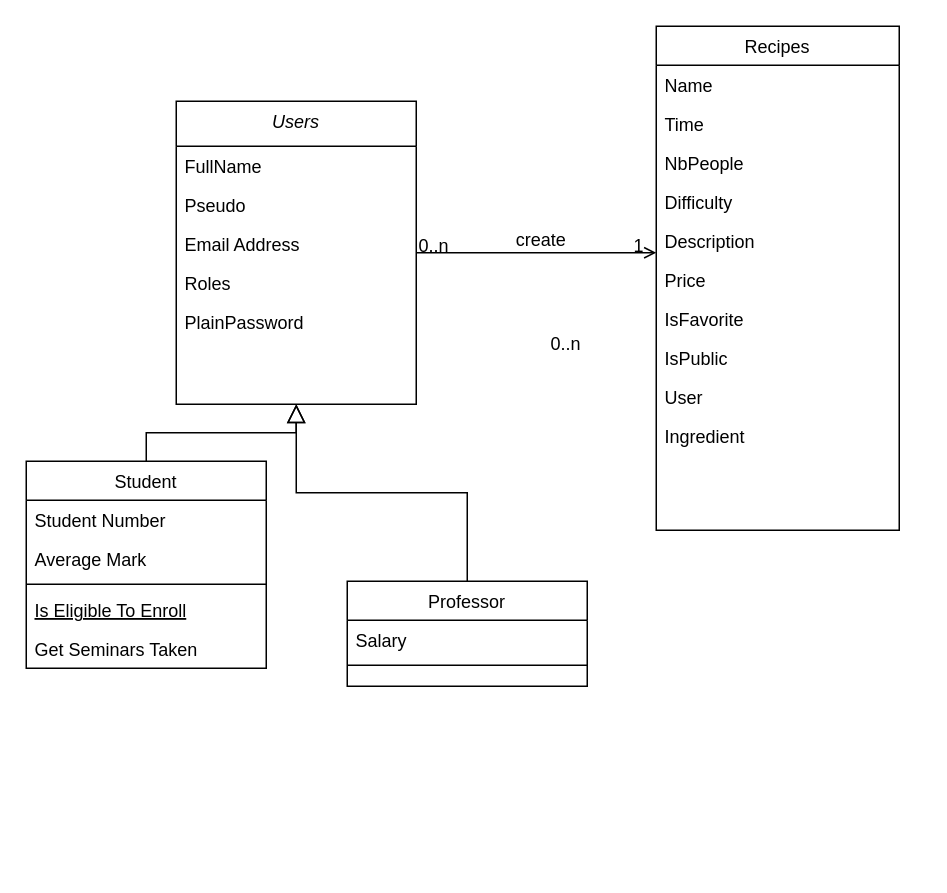
cyrisa02/Symfony-Bootstrap keeps this draw.io diagram as Untitled Diagram.drawio. Above is the earlier version. Source tidied: cells renumbered, new cells numbered last; positions are measured from the earlier drawing's top-left corner, leaving out a move shared by most shapes. Both pictures are drawn from the tidied source at 150%, with x=0, y=0 at pixel (26, 26).
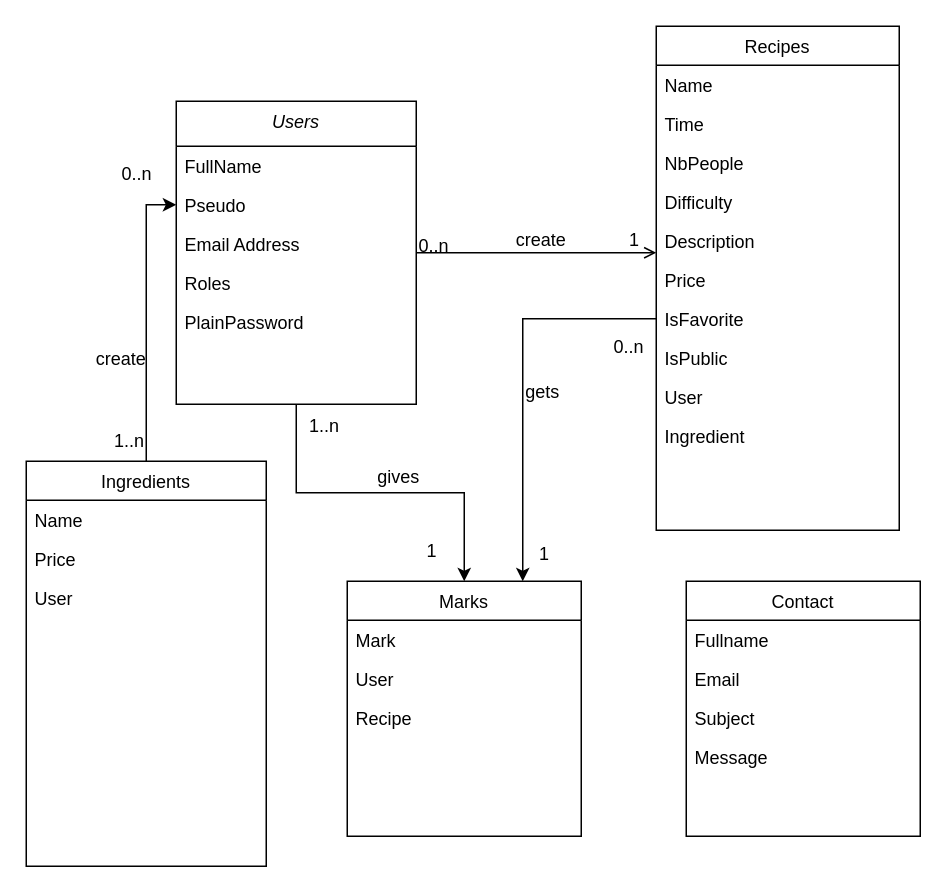
The same diagram, later.

Unchanged cells that the change refers to:
```xml
<mxCell id="2" value="Users" style="swimlane;fontStyle=2;align=center;verticalAlign=top;horizontal=1;startSize=30;rounded=0;shadow=0;strokeWidth=1;" parent="1" vertex="1">
  <mxGeometry x="100" y="50" width="160" height="202" as="geometry" />
</mxCell>
<mxCell id="4" value="Pseudo" style="text;align=left;verticalAlign=top;spacingLeft=4;spacingRight=4;overflow=hidden;points=[[0,0.5],[1,0.5]];portConstraint=eastwest;rounded=0;shadow=0;html=0;" parent="2" vertex="1">
  <mxGeometry y="56" width="160" height="26" as="geometry" />
</mxCell>
<mxCell id="26" value="IsFavorite" style="text;align=left;verticalAlign=top;spacingLeft=4;spacingRight=4;overflow=hidden;points=[[0,0.5],[1,0.5]];portConstraint=eastwest;rounded=0;shadow=0;html=0;" parent="19" vertex="1">
  <mxGeometry y="182" width="162" height="26" as="geometry" />
</mxCell>
<mxCell id="30" style="endArrow=open;shadow=0;strokeWidth=1;rounded=0;endFill=1;edgeStyle=elbowEdgeStyle;elbow=vertical;" parent="1" edge="1" source="2" target="19">
  <mxGeometry x="0.5" y="41" relative="1" as="geometry">
    <mxPoint x="-40" y="32" as="offset" />
  </mxGeometry>
</mxCell>
```

What changed in the source:
```diff
@@
+    <mxCell id="35" style="edgeStyle=orthogonalEdgeStyle;rounded=0;jettySize=auto;html=1;exitX=0.5;exitY=1;exitDx=0;exitDy=0;" parent="1" edge="1" source="2" target="15">
+      <mxGeometry relative="1" as="geometry" />
+    </mxCell>
@@
+    <mxCell id="36" style="edgeStyle=orthogonalEdgeStyle;rounded=0;jettySize=auto;html=1;exitX=0.5;exitY=0;exitDx=0;exitDy=0;entryX=0;entryY=0.5;entryDx=0;entryDy=0;" parent="1" edge="1" source="8" target="4">
+      <mxGeometry relative="1" as="geometry" />
+    </mxCell>
-    <mxCell id="8" value="Student" style="swimlane;fontStyle=0;align=center;verticalAlign=top;horizontal=1;startSize=26;rounded=0;shadow=0;strokeWidth=1;" parent="1" vertex="1">
-      <mxGeometry y="290" width="160" height="138" as="geometry" />
+    <mxCell id="8" value="Ingredients" style="swimlane;fontStyle=0;align=center;verticalAlign=top;horizontal=1;startSize=26;rounded=0;shadow=0;strokeWidth=1;" parent="1" vertex="1">
+      <mxGeometry y="290" width="160" height="270" as="geometry" />
     </mxCell>
-    <mxCell id="9" value="Student Number" style="text;align=left;verticalAlign=top;spacingLeft=4;spacingRight=4;overflow=hidden;" parent="8" vertex="1">
+    <mxCell id="9" value="Name" style="text;align=left;verticalAlign=top;spacingLeft=4;spacingRight=4;overflow=hidden;" parent="8" vertex="1">
       <mxGeometry y="26" width="160" height="26" as="geometry" />
     </mxCell>
-    <mxCell id="10" value="Average Mark" style="text;align=left;verticalAlign=top;spacingLeft=4;spacingRight=4;overflow=hidden;rounded=0;shadow=0;html=0;" parent="8" vertex="1">
+    <mxCell id="10" value="Price" style="text;align=left;verticalAlign=top;spacingLeft=4;spacingRight=4;overflow=hidden;rounded=0;shadow=0;html=0;" parent="8" vertex="1">
       <mxGeometry y="52" width="160" height="26" as="geometry" />
     </mxCell>
-    <mxCell id="11" style="line;html=1;strokeWidth=1;align=left;verticalAlign=middle;spacingTop=-1;spacingLeft=3;spacingRight=3;labelPosition=right;" parent="8" vertex="1">
-      <mxGeometry y="78" width="160" height="8" as="geometry" />
-    </mxCell>
-    <mxCell id="12" value="Is Eligible To Enroll" style="text;align=left;verticalAlign=top;spacingLeft=4;spacingRight=4;overflow=hidden;fontStyle=4;" parent="8" vertex="1">
-      <mxGeometry y="86" width="160" height="26" as="geometry" />
-    </mxCell>
-    <mxCell id="13" value="Get Seminars Taken" style="text;align=left;verticalAlign=top;spacingLeft=4;spacingRight=4;overflow=hidden;" parent="8" vertex="1">
-      <mxGeometry y="112" width="160" height="26" as="geometry" />
-    </mxCell>
-    <mxCell id="14" style="endArrow=block;endSize=10;endFill=0;shadow=0;strokeWidth=1;rounded=0;edgeStyle=elbowEdgeStyle;elbow=vertical;" parent="1" edge="1" source="8" target="2">
-      <mxGeometry relative="1" as="geometry" />
-    </mxCell>
+    <mxCell id="37" value="User" style="text;align=left;verticalAlign=top;spacingLeft=4;spacingRight=4;overflow=hidden;rounded=0;shadow=0;html=0;" parent="8" vertex="1">
+      <mxGeometry y="78" width="160" height="26" as="geometry" />
+    </mxCell>
-    <mxCell id="15" value="Professor" style="swimlane;fontStyle=0;align=center;verticalAlign=top;horizontal=1;startSize=26;rounded=0;shadow=0;strokeWidth=1;" parent="1" vertex="1">
-      <mxGeometry x="214" y="370" width="160" height="70" as="geometry" />
+    <mxCell id="15" value="Marks" style="swimlane;fontStyle=0;align=center;verticalAlign=top;horizontal=1;startSize=26;rounded=0;shadow=0;strokeWidth=1;" parent="1" vertex="1">
+      <mxGeometry x="214" y="370" width="156" height="170" as="geometry" />
     </mxCell>
-    <mxCell id="16" value="Salary" style="text;align=left;verticalAlign=top;spacingLeft=4;spacingRight=4;overflow=hidden;" parent="15" vertex="1">
-      <mxGeometry y="26" width="160" height="26" as="geometry" />
+    <mxCell id="16" value="Mark" style="text;align=left;verticalAlign=top;spacingLeft=4;spacingRight=4;overflow=hidden;" parent="15" vertex="1">
+      <mxGeometry y="26" width="156" height="26" as="geometry" />
     </mxCell>
-    <mxCell id="17" style="line;html=1;strokeWidth=1;align=left;verticalAlign=middle;spacingTop=-1;spacingLeft=3;spacingRight=3;labelPosition=right;" parent="15" vertex="1">
-      <mxGeometry y="52" width="160" height="8" as="geometry" />
-    </mxCell>
-    <mxCell id="18" style="endArrow=block;endSize=10;endFill=0;shadow=0;strokeWidth=1;rounded=0;edgeStyle=elbowEdgeStyle;elbow=vertical;" parent="1" edge="1" source="15" target="2">
-      <mxGeometry relative="1" as="geometry" />
-    </mxCell>
+    <mxCell id="38" value="User" style="text;align=left;verticalAlign=top;spacingLeft=4;spacingRight=4;overflow=hidden;" parent="15" vertex="1">
+      <mxGeometry y="52" width="156" height="26" as="geometry" />
+    </mxCell>
+    <mxCell id="39" value="Recipe" style="text;align=left;verticalAlign=top;spacingLeft=4;spacingRight=4;overflow=hidden;" parent="15" vertex="1">
+      <mxGeometry y="78" width="156" height="26" as="geometry" />
+    </mxCell>
@@
     <mxCell id="32" value="1" style="align=right;verticalAlign=bottom;labelBackgroundColor=none;fontSize=12;" parent="30" vertex="1">
       <mxGeometry x="1" relative="1" as="geometry">
-        <mxPoint x="-7" y="4" as="offset" />
+        <mxPoint x="-70" y="209" as="offset" />
       </mxGeometry>
     </mxCell>
@@
     <mxCell id="34" value="0..n" style="align=left;verticalAlign=bottom;labelBackgroundColor=none;fontSize=12;" parent="1" vertex="1">
-      <mxGeometry x="360" y="220" as="geometry">
-        <mxPoint x="-12" as="offset" />
+      <mxGeometry x="70" y="110" as="geometry">
+        <mxPoint x="-8" y="-3" as="offset" />
       </mxGeometry>
     </mxCell>
+    <mxCell id="40" value="create" style="text;html=1;align=center;verticalAlign=middle;labelBackgroundColor=none;rounded=0;shadow=0;strokeWidth=1;fontSize=12;" parent="1" vertex="1">
+      <mxGeometry x="352" y="152" as="geometry">
+        <mxPoint x="-290" y="69" as="offset" />
+      </mxGeometry>
+    </mxCell>
+    <mxCell id="41" value="1..n" style="align=left;verticalAlign=bottom;labelBackgroundColor=none;fontSize=12;" parent="1" vertex="1">
+      <mxGeometry x="190" y="280" as="geometry">
+        <mxPoint x="-3" y="-5" as="offset" />
+      </mxGeometry>
+    </mxCell>
+    <mxCell id="42" value="Contact" style="swimlane;fontStyle=0;align=center;verticalAlign=top;horizontal=1;startSize=26;rounded=0;shadow=0;strokeWidth=1;" parent="1" vertex="1">
+      <mxGeometry x="440" y="370" width="156" height="170" as="geometry" />
+    </mxCell>
+    <mxCell id="43" value="Fullname" style="text;align=left;verticalAlign=top;spacingLeft=4;spacingRight=4;overflow=hidden;" parent="42" vertex="1">
+      <mxGeometry y="26" width="156" height="26" as="geometry" />
+    </mxCell>
+    <mxCell id="44" value="Email" style="text;align=left;verticalAlign=top;spacingLeft=4;spacingRight=4;overflow=hidden;" parent="42" vertex="1">
+      <mxGeometry y="52" width="156" height="26" as="geometry" />
+    </mxCell>
+    <mxCell id="45" value="Subject" style="text;align=left;verticalAlign=top;spacingLeft=4;spacingRight=4;overflow=hidden;" parent="42" vertex="1">
+      <mxGeometry y="78" width="156" height="26" as="geometry" />
+    </mxCell>
+    <mxCell id="46" value="Message" style="text;align=left;verticalAlign=top;spacingLeft=4;spacingRight=4;overflow=hidden;" parent="42" vertex="1">
+      <mxGeometry y="104" width="156" height="26" as="geometry" />
+    </mxCell>
+    <mxCell id="47" value="gives" style="text;html=1;align=center;verticalAlign=middle;labelBackgroundColor=none;rounded=0;shadow=0;strokeWidth=1;fontSize=12;" parent="1" vertex="1">
+      <mxGeometry x="352" y="152" as="geometry">
+        <mxPoint x="-105" y="148" as="offset" />
+      </mxGeometry>
+    </mxCell>
+    <mxCell id="48" style="edgeStyle=orthogonalEdgeStyle;rounded=0;jettySize=auto;html=1;exitX=0;exitY=0.5;exitDx=0;exitDy=0;entryX=0.75;entryY=0;entryDx=0;entryDy=0;" parent="1" edge="1" source="26" target="15">
+      <mxGeometry relative="1" as="geometry" />
+    </mxCell>
+    <mxCell id="49" value="gets" style="text;html=1;align=center;verticalAlign=middle;labelBackgroundColor=none;rounded=0;shadow=0;strokeWidth=1;fontSize=12;" parent="1" vertex="1">
+      <mxGeometry x="352" y="152" as="geometry">
+        <mxPoint x="-9" y="91" as="offset" />
+      </mxGeometry>
+    </mxCell>
+    <mxCell id="50" value="1" style="align=right;verticalAlign=bottom;labelBackgroundColor=none;fontSize=12;" parent="1" vertex="1">
+      <mxGeometry x="410" y="151" as="geometry" />
+    </mxCell>
+    <mxCell id="51" value="0..n" style="text;whiteSpace=wrap;html=1;" parent="1" vertex="1">
+      <mxGeometry x="390" y="200" width="50" height="30" as="geometry" />
+    </mxCell>
+    <mxCell id="52" value="1..n" style="align=left;verticalAlign=bottom;labelBackgroundColor=none;fontSize=12;" parent="1" vertex="1">
+      <mxGeometry x="60" y="290" as="geometry">
+        <mxPoint x="-3" y="-5" as="offset" />
+      </mxGeometry>
+    </mxCell>
+    <mxCell id="53" value="1" style="align=right;verticalAlign=bottom;labelBackgroundColor=none;fontSize=12;" parent="1" vertex="1">
+      <mxGeometry x="360" y="370" as="geometry">
+        <mxPoint x="-85" y="-12" as="offset" />
+      </mxGeometry>
+    </mxCell>
```
